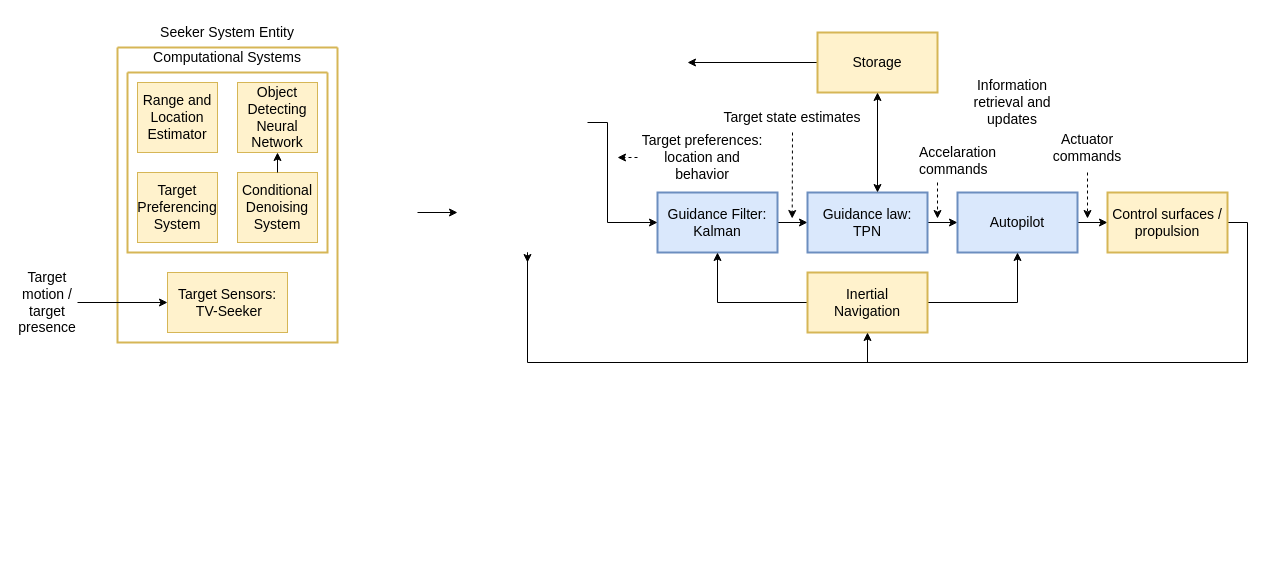
This is Control-Topology.drawio from jukkajo/satunnaista-tavaraa, a draw.io file, before an edit. Source tidied: cells renumbered, new cells numbered last; positions are measured from the earlier drawing's top-left corner, leaving out a move shared by most shapes. Both pictures are drawn from the tidied source at 100%, with x=0, y=0 at pixel (17, 17).
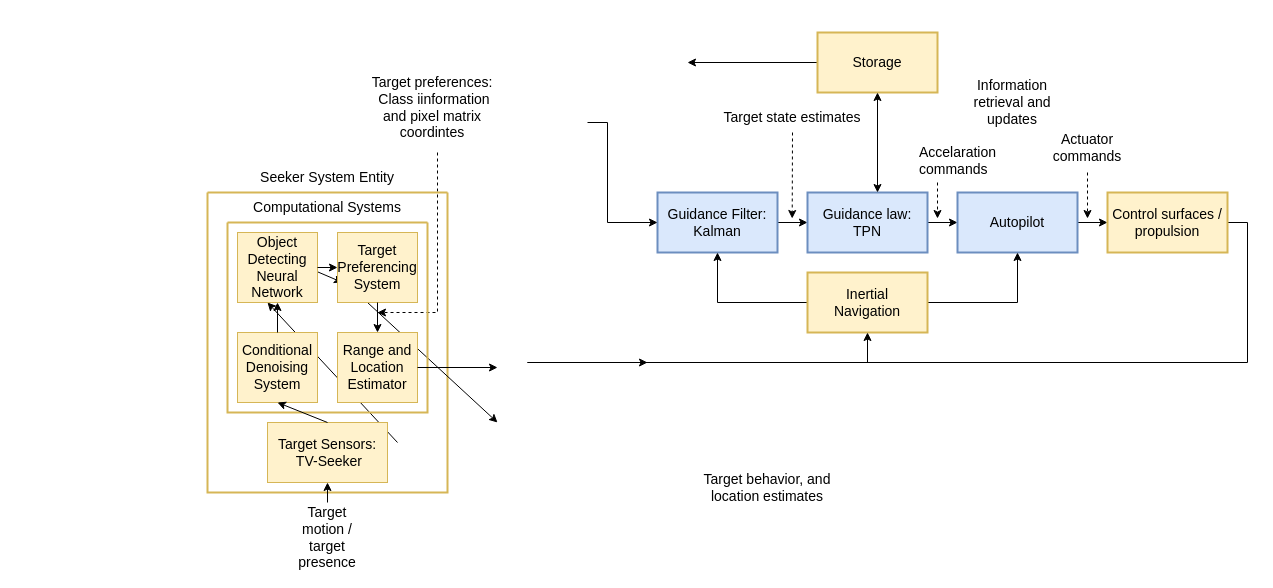
After the change.

The change refers to these unchanged cells:
```xml
<mxCell id="16" value="&lt;font style=&quot;font-size: 14px;&quot;&gt;Control surfaces / propulsion&lt;br&gt;&lt;/font&gt;" style="rounded=0;whiteSpace=wrap;html=1;fillColor=#fff2cc;strokeColor=#d6b656;strokeWidth=2;" parent="1" vertex="1">
  <mxGeometry x="1090" y="175" width="120" height="60" as="geometry" />
</mxCell>
```

Diff of the diagram source:
```diff
@@
-    <mxCell id="2" value="&lt;div style=&quot;font-size: 13px;&quot;&gt;&lt;font style=&quot;font-size: 14px;&quot;&gt;Target preferences:&lt;/font&gt;&lt;/div&gt;&lt;div&gt;&lt;font style=&quot;font-size: 14px;&quot;&gt;location and behavior&lt;br&gt;&lt;/font&gt;&lt;/div&gt;" style="text;html=1;align=center;verticalAlign=middle;whiteSpace=wrap;rounded=0;" parent="1" vertex="1">
-      <mxGeometry x="620" y="125" width="130" height="30" as="geometry" />
+    <mxCell id="2" value="&lt;div style=&quot;font-size: 13px;&quot;&gt;&lt;font style=&quot;font-size: 14px;&quot;&gt;Target preferences:&lt;/font&gt;&lt;/div&gt;&lt;div&gt;&lt;font style=&quot;font-size: 14px;&quot;&gt;&amp;nbsp;Class iinformation and pixel matrix coordintes&lt;br&gt;&lt;/font&gt;&lt;/div&gt;" style="text;html=1;align=center;verticalAlign=middle;whiteSpace=wrap;rounded=0;" parent="1" vertex="1">
+      <mxGeometry x="350" y="75" width="130" height="30" as="geometry" />
     </mxCell>
@@
     <mxCell id="15" style="edgeStyle=orthogonalEdgeStyle;rounded=0;jettySize=auto;html=1;" parent="1" edge="1" source="16">
       <mxGeometry relative="1" as="geometry">
-        <mxPoint x="510" y="245" as="targetPoint" />
+        <mxPoint x="630" y="345" as="targetPoint" />
         <Array as="points">
           <mxPoint x="1230" y="205" />
           <mxPoint x="1230" y="345" />
           <mxPoint x="510" y="345" />
-          <mxPoint x="510" y="235" />
         </Array>
       </mxGeometry>
     </mxCell>
@@
-    <mxCell id="18" style="endArrow=classic;html=1;rounded=0;" parent="1" edge="1">
-      <mxGeometry relative="1" as="geometry">
-        <mxPoint x="400" y="195" as="sourcePoint" />
-        <mxPoint x="440" y="195" as="targetPoint" />
-      </mxGeometry>
-    </mxCell>
@@
-    <mxCell id="24" style="html=1;labelBackgroundColor=#ffffff;startArrow=none;startFill=0;startSize=6;endArrow=classic;endFill=1;endSize=6;jettySize=auto;strokeWidth=1;dashed=1;fontSize=14;rounded=0;exitX=0;exitY=0.5;exitDx=0;exitDy=0;" parent="1" edge="1" source="2">
+    <mxCell id="24" style="html=1;labelBackgroundColor=#ffffff;startArrow=none;startFill=0;startSize=6;endArrow=classic;endFill=1;endSize=6;jettySize=auto;orthogonalLoop=1;strokeWidth=1;dashed=1;fontSize=14;rounded=0;" parent="1" edge="1">
       <mxGeometry relative="1" as="geometry">
-        <mxPoint x="600" y="140" as="targetPoint" />
+        <mxPoint x="420" y="135" as="sourcePoint" />
+        <mxPoint x="360" y="295" as="targetPoint" />
+        <Array as="points">
+          <mxPoint x="420" y="295" />
+        </Array>
       </mxGeometry>
     </mxCell>
+    <mxCell id="31" value="&lt;font style=&quot;font-size: 14px;&quot;&gt;Storage&lt;br&gt;&lt;/font&gt;" style="rounded=0;whiteSpace=wrap;html=1;fillColor=#fff2cc;strokeColor=#d6b656;strokeWidth=2;" parent="1" vertex="1">
+      <mxGeometry x="800" y="15" width="120" height="60" as="geometry" />
+    </mxCell>
+    <mxCell id="32" style="endArrow=classic;startArrow=classic;html=1;rounded=0;" parent="1" edge="1">
+      <mxGeometry relative="1" as="geometry">
+        <mxPoint x="860" y="175" as="sourcePoint" />
+        <mxPoint x="860" y="75" as="targetPoint" />
+      </mxGeometry>
+    </mxCell>
+    <mxCell id="33" value="&lt;font style=&quot;font-size: 14px;&quot;&gt;Information retrieval and updates&lt;/font&gt;" style="text;html=1;align=center;verticalAlign=middle;whiteSpace=wrap;rounded=0;" parent="1" vertex="1">
+      <mxGeometry x="940" y="65" width="110" height="40" as="geometry" />
+    </mxCell>
+    <mxCell id="34" value="&lt;font style=&quot;font-size: 14px;&quot;&gt;Seeker System Entity&lt;/font&gt;" style="text;html=1;align=center;verticalAlign=middle;whiteSpace=wrap;rounded=0;" parent="1" vertex="1">
+      <mxGeometry x="230" y="145" width="160" height="30" as="geometry" />
+    </mxCell>
+    <mxCell id="36" style="swimlane;startSize=0;strokeColor=#D6B656;fillColor=#FFF2CC;strokeWidth=2;" parent="1" vertex="1">
+      <mxGeometry x="190" y="175" width="240" height="300" as="geometry" />
+    </mxCell>
+    <mxCell id="30" style="endArrow=classic;html=1;rounded=0;entryX=0.5;entryY=1;entryDx=0;entryDy=0;exitX=0.5;exitY=0;exitDx=0;exitDy=0;" parent="36" edge="1">
+      <mxGeometry relative="1" as="geometry">
+        <mxPoint x="190" y="250" as="sourcePoint" />
+        <mxPoint x="60" y="110" as="targetPoint" />
+      </mxGeometry>
+    </mxCell>
+    <mxCell id="40" style="endArrow=classic;html=1;rounded=0;entryX=0;entryY=0.5;entryDx=0;entryDy=0;exitX=1;exitY=0.5;exitDx=0;exitDy=0;" parent="36" edge="1">
+      <mxGeometry relative="1" as="geometry">
+        <mxPoint x="100" y="75" as="sourcePoint" />
+        <mxPoint x="135" y="90" as="targetPoint" />
+      </mxGeometry>
+    </mxCell>
+    <mxCell id="41" style="endArrow=classic;html=1;rounded=0;exitX=0.5;exitY=1;exitDx=0;exitDy=0;entryX=0.5;entryY=0;entryDx=0;entryDy=0;" parent="36" edge="1">
+      <mxGeometry relative="1" as="geometry">
+        <mxPoint x="160" y="110" as="sourcePoint" />
+        <mxPoint x="290" y="230" as="targetPoint" />
+      </mxGeometry>
+    </mxCell>
+    <mxCell id="37" value="&lt;div&gt;&lt;font style=&quot;font-size: 14px;&quot;&gt;Target Sensors:&lt;/font&gt;&lt;/div&gt;&lt;div&gt;&lt;font style=&quot;font-size: 14px;&quot;&gt;&amp;nbsp;TV-Seeker&lt;br&gt;&lt;/font&gt;&lt;/div&gt;" style="rounded=0;whiteSpace=wrap;html=1;fillColor=#fff2cc;strokeColor=#d6b656;" parent="36" vertex="1">
+      <mxGeometry x="60" y="230" width="120" height="60" as="geometry" />
+    </mxCell>
-    <mxCell id="25" style="swimlane;startSize=0;strokeColor=#D6B656;fillColor=#FFF2CC;strokeWidth=2;" parent="1" vertex="1">
-      <mxGeometry x="110" y="55" width="200" height="180" as="geometry" />
+    <mxCell id="25" style="swimlane;startSize=0;strokeColor=#D6B656;fillColor=#FFF2CC;strokeWidth=2;" parent="36" vertex="1">
+      <mxGeometry x="20" y="30" width="200" height="190" as="geometry" />
     </mxCell>
     <mxCell id="26" value="&lt;font style=&quot;font-size: 14px;&quot;&gt;Conditional Denoising System&lt;/font&gt;" style="rounded=0;whiteSpace=wrap;html=1;fillColor=#fff2cc;strokeColor=#d6b656;" parent="25" vertex="1">
-      <mxGeometry x="110" y="100" width="80" height="70" as="geometry" />
+      <mxGeometry x="10" y="110" width="80" height="70" as="geometry" />
     </mxCell>
     <mxCell id="27" value="&lt;font style=&quot;font-size: 14px;&quot;&gt;Target Preferencing System&lt;/font&gt;" style="rounded=0;whiteSpace=wrap;html=1;fillColor=#fff2cc;strokeColor=#d6b656;" parent="25" vertex="1">
-      <mxGeometry x="10" y="100" width="80" height="70" as="geometry" />
+      <mxGeometry x="110" y="10" width="80" height="70" as="geometry" />
     </mxCell>
     <mxCell id="28" value="&lt;div style=&quot;font-size: 14px;&quot;&gt;&lt;font style=&quot;font-size: 14px;&quot;&gt;Range and Location&lt;/font&gt;&lt;/div&gt;&lt;div style=&quot;font-size: 14px;&quot;&gt;&lt;font style=&quot;font-size: 14px;&quot;&gt;&lt;font style=&quot;font-size: 14px;&quot;&gt;Estimator&lt;/font&gt;&lt;br&gt;&lt;/font&gt;&lt;/div&gt;" style="rounded=0;whiteSpace=wrap;html=1;fillColor=#fff2cc;strokeColor=#d6b656;" parent="25" vertex="1">
-      <mxGeometry x="10" y="10" width="80" height="70" as="geometry" />
+      <mxGeometry x="110" y="110" width="80" height="70" as="geometry" />
     </mxCell>
     <mxCell id="29" value="&lt;font style=&quot;font-size: 14px;&quot;&gt;Object Detecting Neural Network&lt;/font&gt;" style="rounded=0;whiteSpace=wrap;html=1;fillColor=#fff2cc;strokeColor=#d6b656;" parent="25" vertex="1">
-      <mxGeometry x="110" y="10" width="80" height="70" as="geometry" />
+      <mxGeometry x="10" y="10" width="80" height="70" as="geometry" />
     </mxCell>
-    <mxCell id="30" style="endArrow=classic;html=1;rounded=0;entryX=0.5;entryY=1;entryDx=0;entryDy=0;exitX=0.5;exitY=0;exitDx=0;exitDy=0;" parent="25" edge="1" source="26" target="29">
-      <mxGeometry relative="1" as="geometry" />
-    </mxCell>
-    <mxCell id="31" value="&lt;font style=&quot;font-size: 14px;&quot;&gt;Storage&lt;br&gt;&lt;/font&gt;" style="rounded=0;whiteSpace=wrap;html=1;fillColor=#fff2cc;strokeColor=#d6b656;strokeWidth=2;" parent="1" vertex="1">
-      <mxGeometry x="800" y="15" width="120" height="60" as="geometry" />
-    </mxCell>
-    <mxCell id="32" style="endArrow=classic;startArrow=classic;html=1;rounded=0;" parent="1" edge="1">
-      <mxGeometry relative="1" as="geometry">
-        <mxPoint x="860" y="175" as="sourcePoint" />
-        <mxPoint x="860" y="75" as="targetPoint" />
-      </mxGeometry>
-    </mxCell>
-    <mxCell id="33" value="&lt;font style=&quot;font-size: 14px;&quot;&gt;Information retrieval and updates&lt;/font&gt;" style="text;html=1;align=center;verticalAlign=middle;whiteSpace=wrap;rounded=0;" parent="1" vertex="1">
-      <mxGeometry x="940" y="65" width="110" height="40" as="geometry" />
-    </mxCell>
-    <mxCell id="34" value="&lt;font style=&quot;font-size: 14px;&quot;&gt;Seeker System Entity&lt;/font&gt;" style="text;html=1;align=center;verticalAlign=middle;whiteSpace=wrap;rounded=0;" parent="1" vertex="1">
-      <mxGeometry x="130" width="160" height="30" as="geometry" />
-    </mxCell>
+    <mxCell id="42" style="endArrow=classic;html=1;rounded=0;entryX=0.5;entryY=1;entryDx=0;entryDy=0;exitX=0.5;exitY=0;exitDx=0;exitDy=0;" parent="25" edge="1" source="26" target="29">
+      <mxGeometry relative="1" as="geometry" />
+    </mxCell>
+    <mxCell id="43" style="endArrow=classic;html=1;rounded=0;entryX=0;entryY=0.5;entryDx=0;entryDy=0;exitX=1;exitY=0.5;exitDx=0;exitDy=0;" parent="25" edge="1" source="29" target="27">
+      <mxGeometry relative="1" as="geometry" />
+    </mxCell>
+    <mxCell id="44" style="endArrow=classic;html=1;rounded=0;exitX=0.5;exitY=1;exitDx=0;exitDy=0;entryX=0.5;entryY=0;entryDx=0;entryDy=0;" parent="25" edge="1" source="27" target="28">
+      <mxGeometry relative="1" as="geometry" />
+    </mxCell>
-    <mxCell id="35" value="&lt;font style=&quot;font-size: 14px;&quot;&gt;Computational Systems&lt;/font&gt;" style="text;html=1;align=center;verticalAlign=middle;whiteSpace=wrap;rounded=0;" parent="1" vertex="1">
-      <mxGeometry x="130" y="25" width="160" height="30" as="geometry" />
+    <mxCell id="35" value="&lt;font style=&quot;font-size: 14px;&quot;&gt;Computational Systems&lt;/font&gt;" style="text;html=1;align=center;verticalAlign=middle;whiteSpace=wrap;rounded=0;" parent="36" vertex="1">
+      <mxGeometry x="40" width="160" height="30" as="geometry" />
     </mxCell>
-    <mxCell id="36" style="swimlane;startSize=0;strokeColor=#D6B656;fillColor=#FFF2CC;strokeWidth=2;" parent="1" vertex="1">
-      <mxGeometry x="100" y="30" width="220" height="295" as="geometry" />
-    </mxCell>
-    <mxCell id="37" value="&lt;div&gt;&lt;font style=&quot;font-size: 14px;&quot;&gt;Target Sensors:&lt;/font&gt;&lt;/div&gt;&lt;div&gt;&lt;font style=&quot;font-size: 14px;&quot;&gt;&amp;nbsp;TV-Seeker&lt;br&gt;&lt;/font&gt;&lt;/div&gt;" style="rounded=0;whiteSpace=wrap;html=1;fillColor=#fff2cc;strokeColor=#d6b656;" parent="36" vertex="1">
-      <mxGeometry x="50" y="225" width="120" height="60" as="geometry" />
-    </mxCell>
+    <mxCell id="45" style="endArrow=classic;html=1;rounded=0;entryX=0.5;entryY=1;entryDx=0;entryDy=0;exitX=0.5;exitY=0;exitDx=0;exitDy=0;" parent="36" edge="1" source="37" target="26">
+      <mxGeometry relative="1" as="geometry" />
+    </mxCell>
     <mxCell id="38" value="&lt;font style=&quot;font-size: 14px;&quot;&gt;Target motion / target presence&lt;br&gt;&lt;/font&gt;" style="text;html=1;align=center;verticalAlign=middle;whiteSpace=wrap;rounded=0;" parent="1" vertex="1">
-      <mxGeometry y="270" width="60" height="30" as="geometry" />
+      <mxGeometry x="280" y="515" width="60" height="10" as="geometry" />
     </mxCell>
-    <mxCell id="39" style="endArrow=classic;html=1;rounded=0;entryX=0;entryY=0.5;entryDx=0;entryDy=0;exitX=1;exitY=0.5;exitDx=0;exitDy=0;" parent="1" edge="1" source="38" target="37">
-      <mxGeometry relative="1" as="geometry" />
+    <mxCell id="39" style="endArrow=classic;html=1;rounded=0;entryX=0.5;entryY=1;entryDx=0;entryDy=0;" parent="1" edge="1" target="37">
+      <mxGeometry relative="1" as="geometry">
+        <mxPoint x="310" y="485" as="sourcePoint" />
+      </mxGeometry>
     </mxCell>
+    <mxCell id="46" style="endArrow=classic;html=1;rounded=0;exitX=1;exitY=0.5;exitDx=0;exitDy=0;" parent="1" edge="1" source="28">
+      <mxGeometry relative="1" as="geometry">
+        <mxPoint x="480" y="350" as="targetPoint" />
+      </mxGeometry>
+    </mxCell>
+    <mxCell id="47" value="&lt;font style=&quot;font-size: 14px;&quot;&gt;Target behavior, and location estimates&lt;br&gt;&lt;/font&gt;" style="text;html=1;align=center;verticalAlign=middle;whiteSpace=wrap;rounded=0;" parent="1" vertex="1">
+      <mxGeometry x="685" y="455" width="130" height="30" as="geometry" />
+    </mxCell>
+    <mxCell id="48" style="edgeStyle=orthogonalEdgeStyle;rounded=0;orthogonalLoop=1;jettySize=auto;html=1;exitX=0.5;exitY=1;exitDx=0;exitDy=0;" parent="1" edge="1" source="38" target="38">
+      <mxGeometry relative="1" as="geometry" />
+    </mxCell>
```
